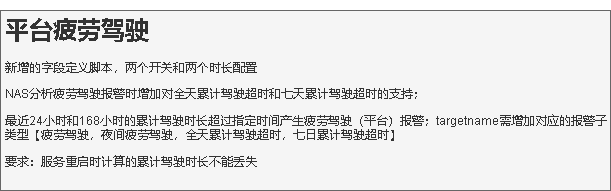
Earlier version of the draw.io export 平台疲劳驾驶.drawio.png (xktder/draw). Source tidied: cells renumbered, new cells last; positions are measured from the earlier drawing's top-left corner, leaving out a move shared by most shapes. Source of this version:
```xml
<mxGraphModel>
  <root>
    <mxCell id="0" />
    <mxCell id="1" parent="0" />
    <mxCell id="2" value="&lt;h1&gt;平台疲劳驾驶&lt;/h1&gt;&lt;p&gt;新增的字段定义脚本，两个开关和两个时长配置&lt;/p&gt;&lt;p&gt;NAS分析疲劳驾驶报警时增加对全天累计驾驶超时和七天累计驾驶超时的支持；&lt;/p&gt;&lt;p&gt;最近24小时和168小时的累计驾驶时长超过指定时间产生疲劳驾驶（平台）报警；targetname需增加对应的报警子类型【疲劳驾驶，夜间疲劳驾驶，全天累计驾驶超时，七日累计驾驶超时】&lt;/p&gt;&lt;p&gt;要求：服务重启时计算的累计驾驶时长不能丢失&lt;/p&gt;" style="text;html=1;strokeColor=#666666;fillColor=#f5f5f5;spacing=5;spacingTop=-20;whiteSpace=wrap;overflow=hidden;rounded=0;fontColor=#333333;" parent="1" vertex="1">
      <mxGeometry width="610" height="180" as="geometry" />
    </mxCell>
  </root>
</mxGraphModel>
```
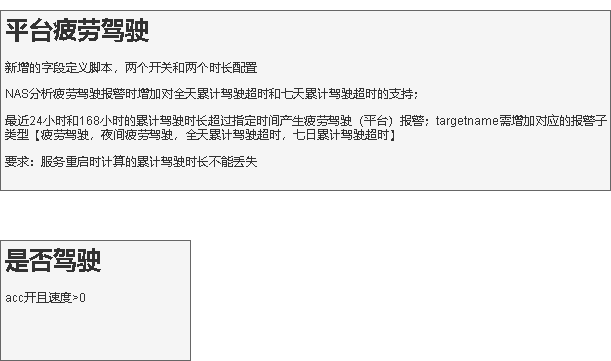
Later version of the same file.

Commit message:
更新平台疲劳驾驶.drawio.png

The edit, as a diff of the source:
```diff
@@ -5,5 +5,8 @@
     <mxCell id="2" value="&lt;h1&gt;平台疲劳驾驶&lt;/h1&gt;&lt;p&gt;新增的字段定义脚本，两个开关和两个时长配置&lt;/p&gt;&lt;p&gt;NAS分析疲劳驾驶报警时增加对全天累计驾驶超时和七天累计驾驶超时的支持；&lt;/p&gt;&lt;p&gt;最近24小时和168小时的累计驾驶时长超过指定时间产生疲劳驾驶（平台）报警；targetname需增加对应的报警子类型【疲劳驾驶，夜间疲劳驾驶，全天累计驾驶超时，七日累计驾驶超时】&lt;/p&gt;&lt;p&gt;要求：服务重启时计算的累计驾驶时长不能丢失&lt;/p&gt;" style="text;html=1;strokeColor=#666666;fillColor=#f5f5f5;spacing=5;spacingTop=-20;whiteSpace=wrap;overflow=hidden;rounded=0;fontColor=#333333;" parent="1" vertex="1">
       <mxGeometry width="610" height="180" as="geometry" />
     </mxCell>
+    <mxCell id="3" value="&lt;h1&gt;是否驾驶&lt;/h1&gt;&lt;div&gt;acc开且速度&amp;gt;0&lt;/div&gt;" style="text;html=1;spacing=5;spacingTop=-20;whiteSpace=wrap;overflow=hidden;rounded=0;fillColor=#f5f5f5;fontColor=#333333;strokeColor=#666666;" parent="1" vertex="1">
+      <mxGeometry y="230" width="190" height="120" as="geometry" />
+    </mxCell>
   </root>
 </mxGraphModel>
```
